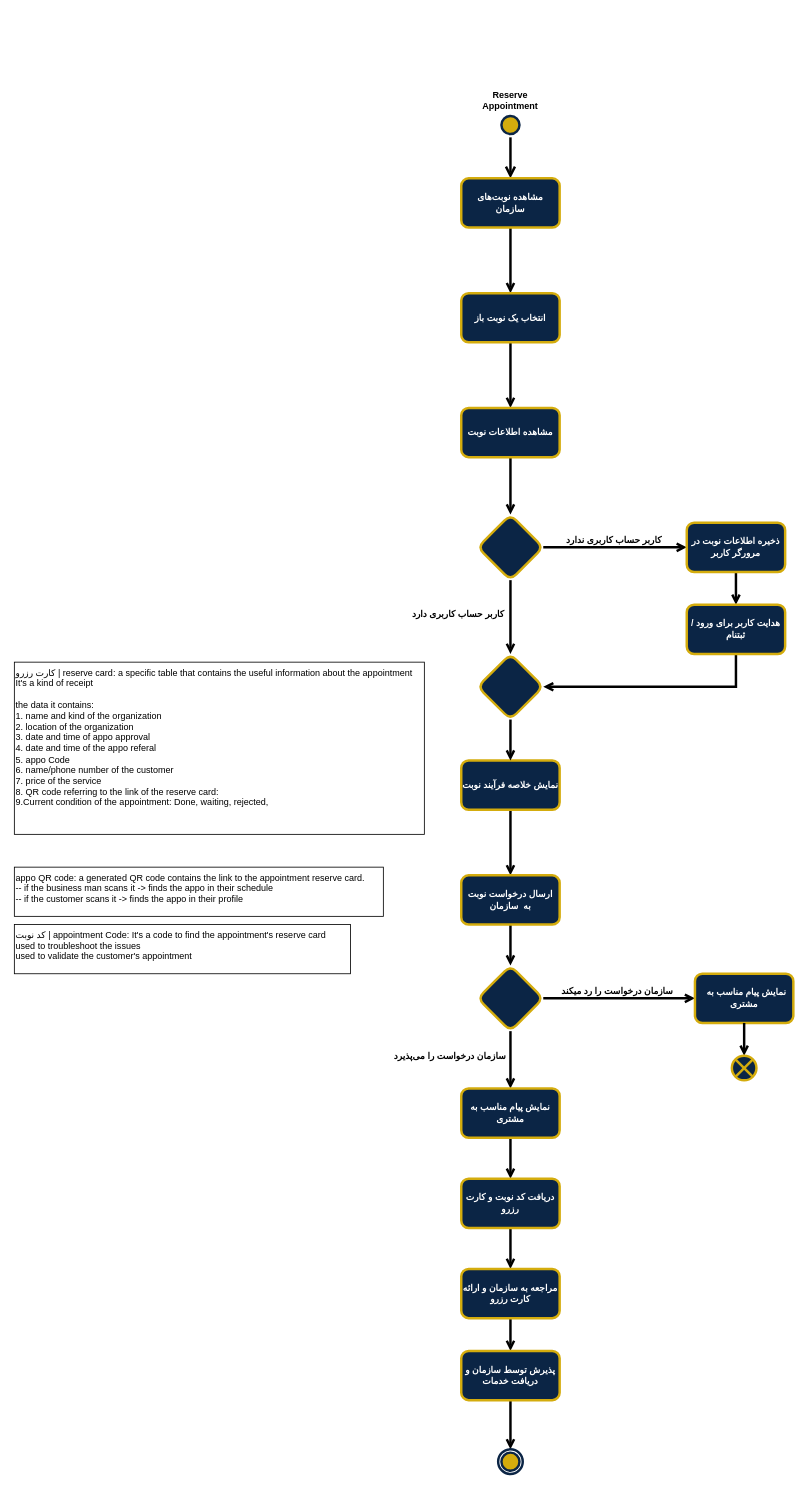
This is page "Reserve Appo" (3 of 3) of Documentation/Analysis/Use-Case Docs/Customer/Customer Act Diag.drawio from TnT74K/Project-SAD, a draw.io file, before an edit. Source tidied: cells renumbered, new cells numbered last; positions are measured from the earlier drawing's top-left corner, leaving out a move shared by most shapes. Both pictures are drawn from the tidied source at 82%, with x=0, y=0 at pixel (14, 88).
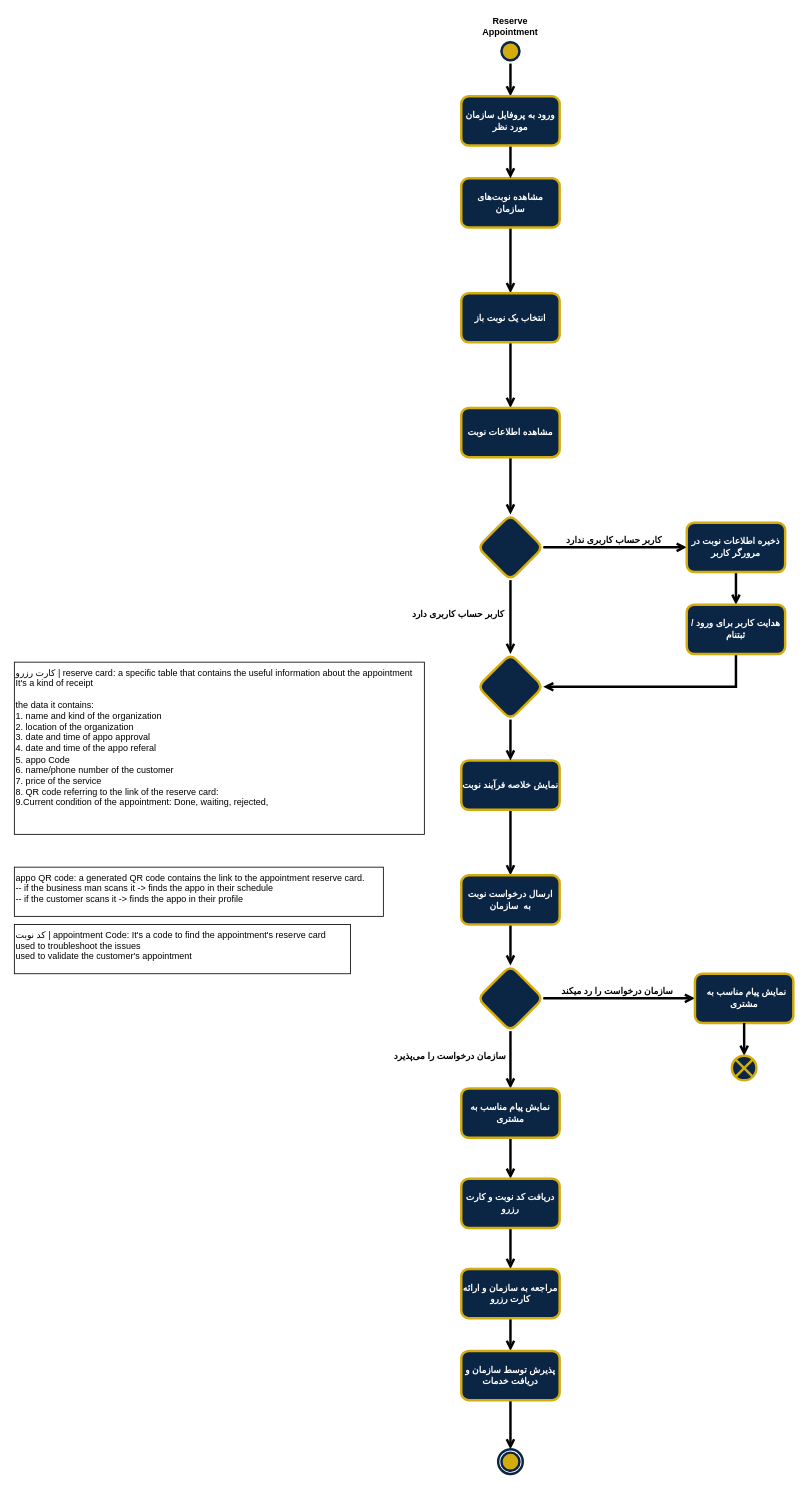
The same diagram, later.

Unchanged cells that the change refers to:
```xml
<mxCell id="5" value="مشاهده نوبت‌های سازمان" style="rounded=1;whiteSpace=wrap;html=1;strokeColor=light-dark(#D4AC0D,#D4AC0D);strokeWidth=3;align=center;verticalAlign=middle;fontFamily=zain;fontSize=11;fontColor=light-dark(#FFFFFF,#FFFFFF);fontStyle=1;labelBackgroundColor=none;fillColor=light-dark(#0B2545,#0B2545);" parent="1" vertex="1">
  <mxGeometry x="545" y="110" width="120" height="60" as="geometry" />
</mxCell>
```

Diff of the diagram source:
```diff
@@
+    <mxCell id="46" style="edgeStyle=orthogonalEdgeStyle;shape=connector;rounded=0;jettySize=auto;html=1;strokeColor=light-dark(#000000,#FFFFFF);strokeWidth=3;align=center;verticalAlign=middle;fontFamily=zain;fontSize=11;fontColor=light-dark(#FFFFFF,#FFFFFF);fontStyle=1;labelBackgroundColor=none;endArrow=open;endFill=0;" parent="1" edge="1" source="2" target="48">
+      <mxGeometry relative="1" as="geometry" />
+    </mxCell>
     <mxCell id="2" style="ellipse;html=1;shape=startState;fillColor=#D4AC0D;strokeColor=light-dark(#0B2545,#C0D6E8);strokeWidth=3;align=center;verticalAlign=middle;fontFamily=Helvetica;fontSize=11;fontColor=default;fontStyle=1;labelBackgroundColor=default;" parent="1" vertex="1">
-      <mxGeometry x="590" y="30" width="30" height="30" as="geometry" />
+      <mxGeometry x="590" y="-60" width="30" height="30" as="geometry" />
     </mxCell>
-    <mxCell id="3" style="edgeStyle=orthogonalEdgeStyle;html=1;verticalAlign=bottom;endArrow=open;endSize=8;strokeColor=light-dark(#000000,#FFFFFF);rounded=0;strokeWidth=3;align=center;fontFamily=Helvetica;fontSize=11;fontColor=default;fontStyle=1;labelBackgroundColor=default;" parent="1" edge="1" source="2" target="5">
-      <mxGeometry relative="1" as="geometry" />
-    </mxCell>
@@
     <mxCell id="45" value="Reserve Appointment" style="text;html=1;whiteSpace=wrap;strokeColor=none;fillColor=none;align=center;verticalAlign=middle;rounded=0;fontFamily=zain;fontSize=11;fontColor=light-dark(#000000,#FFFFFF);fontStyle=1;labelBackgroundColor=none;" parent="1" vertex="1">
-      <mxGeometry x="575" width="60" height="30" as="geometry" />
+      <mxGeometry x="575" y="-90" width="60" height="30" as="geometry" />
     </mxCell>
+    <mxCell id="47" style="edgeStyle=orthogonalEdgeStyle;shape=connector;rounded=0;jettySize=auto;html=1;strokeColor=light-dark(#000000,#FFFFFF);strokeWidth=3;align=center;verticalAlign=middle;fontFamily=zain;fontSize=11;fontColor=light-dark(#FFFFFF,#FFFFFF);fontStyle=1;labelBackgroundColor=none;endArrow=open;endFill=0;" parent="1" edge="1" source="48" target="5">
+      <mxGeometry relative="1" as="geometry" />
+    </mxCell>
+    <mxCell id="48" value="ورود به پروفایل سازمان مورد نظر" style="whiteSpace=wrap;html=1;fontSize=11;fillColor=light-dark(#0B2545,#0B2545);strokeColor=light-dark(#D4AC0D,#D4AC0D);strokeWidth=3;fontStyle=1;labelBackgroundColor=none;rounded=1;align=center;verticalAlign=middle;fontFamily=zain;fontColor=light-dark(#FFFFFF,#FFFFFF);" parent="1" vertex="1">
+      <mxGeometry x="545" y="10" width="120" height="60" as="geometry" />
+    </mxCell>
```
